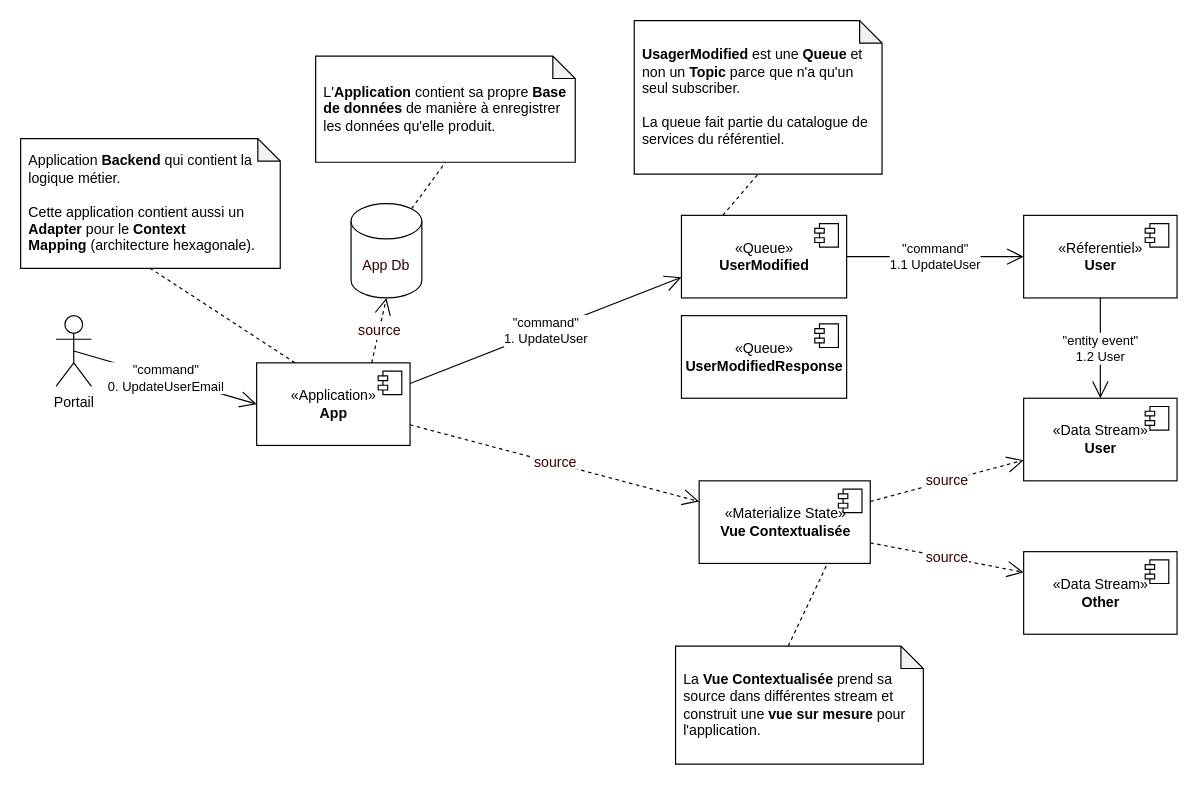
Earlier version of the draw.io diagram page "produce-and-consume-data" (3 of 9) of drafts/data-liberation.drawio (diplomegalo/event-driven). Source tidied: cells renumbered, new cells numbered last; positions are measured from the earlier drawing's top-left corner, leaving out a move shared by most shapes. Both pictures are drawn from the tidied source at 118%, with x=0, y=0 at pixel (20, 20).
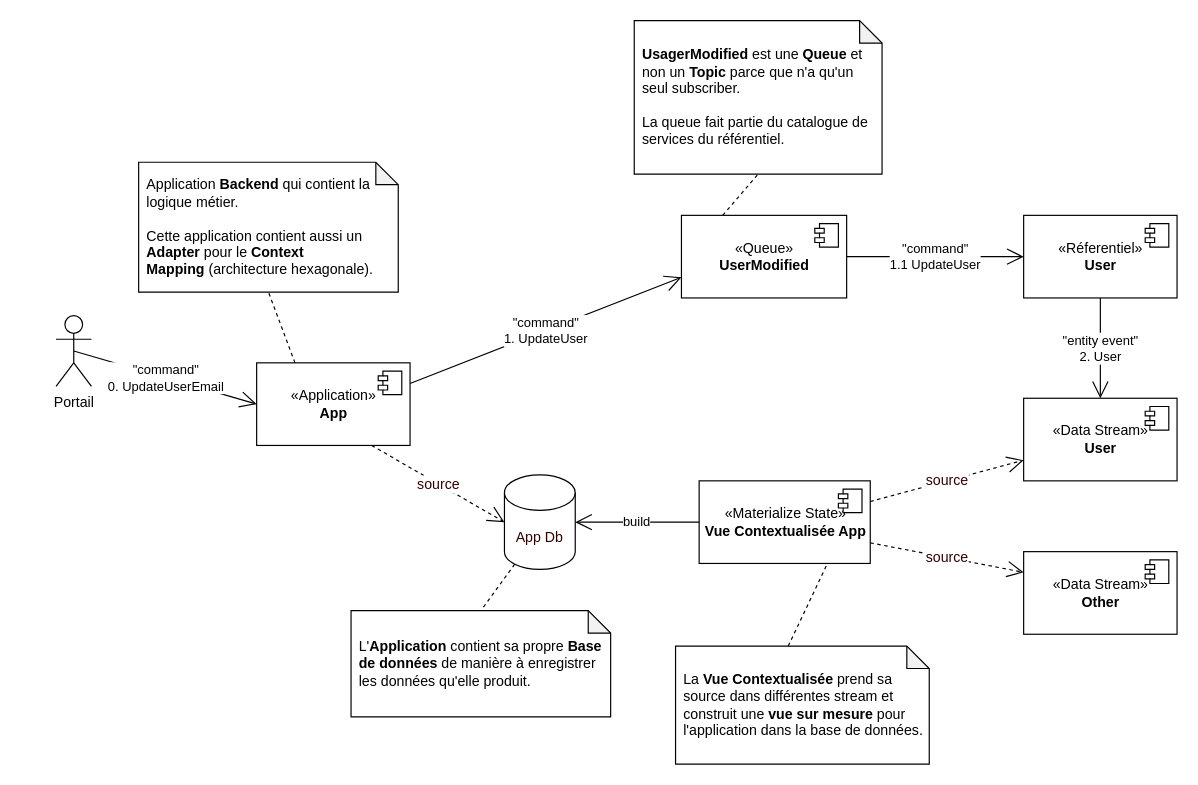
Above is the later version.

Commit message (it also covers changes not shown here):
data stream

Unchanged cells that the change refers to:
```xml
<mxCell id="2" value="«Application»&lt;br&gt;&lt;b&gt;App&lt;/b&gt;" style="html=1;" parent="1" vertex="1">
  <mxGeometry x="200" y="290" width="130" height="70" as="geometry" />
</mxCell>
<mxCell id="13" value="«Réferentiel»&lt;br&gt;&lt;b&gt;User&lt;/b&gt;" style="html=1;" parent="1" vertex="1">
  <mxGeometry x="850" y="165" width="130" height="70" as="geometry" />
</mxCell>
<mxCell id="16" value="«Data Stream»&lt;br&gt;&lt;b&gt;User&lt;/b&gt;" style="html=1;" parent="1" vertex="1">
  <mxGeometry x="850" y="320" width="130" height="70" as="geometry" />
</mxCell>
```

Change to the diagram source:
```diff
@@
     <mxCell id="6" value="Application &lt;b&gt;Backend&lt;/b&gt; qui contient la logique métier. &lt;br&gt;&lt;br&gt;Cette application contient aussi un &lt;b&gt;Adapter&lt;/b&gt; pour le &lt;b&gt;Context Mapping&lt;/b&gt;&amp;nbsp;(architecture hexagonale)." style="shape=note;whiteSpace=wrap;html=1;backgroundOutline=1;darkOpacity=0.05;size=19;align=left;spacingLeft=5;spacingRight=0;" parent="1" vertex="1">
-      <mxGeometry y="100" width="220" height="110" as="geometry" />
+      <mxGeometry x="100" y="120" width="220" height="110" as="geometry" />
     </mxCell>
@@
-    <mxCell id="18" value="&quot;entity event&quot;&lt;br&gt;1.2 User" style="endArrow=open;endFill=1;endSize=12;html=1;exitX=0.5;exitY=1;exitDx=0;exitDy=0;entryX=0.5;entryY=0;entryDx=0;entryDy=0;" parent="1" edge="1" source="13" target="16">
+    <mxCell id="18" value="&quot;entity event&quot;&lt;br&gt;2. User" style="endArrow=open;endFill=1;endSize=12;html=1;exitX=0.5;exitY=1;exitDx=0;exitDy=0;entryX=0.5;entryY=0;entryDx=0;entryDy=0;" parent="1" edge="1" source="13" target="16">
       <mxGeometry relative="1" as="geometry" />
     </mxCell>
-    <mxCell id="19" value="«Materialize State»&lt;br&gt;&lt;b&gt;Vue Contextualisée&lt;/b&gt;" style="html=1;" parent="1" vertex="1">
+    <mxCell id="19" value="«Materialize State»&lt;br&gt;&lt;b&gt;Vue Contextualisée App&lt;/b&gt;" style="html=1;" parent="1" vertex="1">
       <mxGeometry x="575" y="390" width="145" height="70" as="geometry" />
     </mxCell>
@@
-    <mxCell id="25" value="source" style="endArrow=open;endSize=12;dashed=1;html=1;fontSize=12;fontColor=#330000;entryX=0;entryY=0.25;entryDx=0;entryDy=0;exitX=1;exitY=0.75;exitDx=0;exitDy=0;" parent="1" edge="1" source="2" target="19">
-      <mxGeometry relative="1" as="geometry" />
-    </mxCell>
-    <mxCell id="26" value="La&lt;b&gt; Vue Contextualisée&lt;/b&gt;&amp;nbsp;prend sa source dans différentes stream et construit une &lt;b&gt;vue sur mesure&lt;/b&gt;&amp;nbsp;pour l'application." style="shape=note;whiteSpace=wrap;html=1;backgroundOutline=1;darkOpacity=0.05;size=19;align=left;spacingLeft=5;spacingRight=0;" parent="1" vertex="1">
-      <mxGeometry x="555" y="530" width="210" height="100" as="geometry" />
+    <mxCell id="26" value="La&lt;b&gt; Vue Contextualisée&lt;/b&gt;&amp;nbsp;prend sa source dans différentes stream et construit une &lt;b&gt;vue sur mesure&lt;/b&gt;&amp;nbsp;pour l'application dans la base de données." style="shape=note;whiteSpace=wrap;html=1;backgroundOutline=1;darkOpacity=0.05;size=19;align=left;spacingLeft=5;spacingRight=0;" parent="1" vertex="1">
+      <mxGeometry x="555" y="530" width="215" height="100" as="geometry" />
     </mxCell>
@@
     <mxCell id="28" value="App Db" style="shape=cylinder3;whiteSpace=wrap;html=1;boundedLbl=1;backgroundOutline=1;size=15;fontSize=12;fontColor=#330000;align=center;" parent="1" vertex="1">
-      <mxGeometry x="280" y="155" width="60" height="80" as="geometry" />
+      <mxGeometry x="410" y="385" width="60" height="80" as="geometry" />
     </mxCell>
-    <mxCell id="29" value="source" style="endArrow=open;endSize=12;dashed=1;html=1;fontSize=12;fontColor=#330000;exitX=0.75;exitY=0;exitDx=0;exitDy=0;entryX=0.5;entryY=1;entryDx=0;entryDy=0;entryPerimeter=0;" parent="1" edge="1" source="2" target="28">
+    <mxCell id="29" value="source" style="endArrow=open;endSize=12;dashed=1;html=1;fontSize=12;fontColor=#330000;exitX=0.75;exitY=1;exitDx=0;exitDy=0;entryX=0;entryY=0.5;entryDx=0;entryDy=0;entryPerimeter=0;" parent="1" edge="1" source="2" target="28">
       <mxGeometry relative="1" as="geometry" />
     </mxCell>
     <mxCell id="30" value="L'&lt;b&gt;Application&lt;/b&gt;&amp;nbsp;contient sa propre &lt;b&gt;Base de données&lt;/b&gt;&amp;nbsp;de manière à enregistrer les données qu'elle produit." style="shape=note;whiteSpace=wrap;html=1;backgroundOutline=1;darkOpacity=0.05;size=19;align=left;spacingLeft=5;spacingRight=0;" parent="1" vertex="1">
-      <mxGeometry x="250" y="30" width="220" height="90" as="geometry" />
+      <mxGeometry x="280" y="500" width="220" height="90" as="geometry" />
     </mxCell>
-    <mxCell id="31" style="endArrow=none;dashed=1;html=1;exitX=0.855;exitY=0;exitDx=0;exitDy=4.35;entryX=0.5;entryY=1;entryDx=0;entryDy=0;entryPerimeter=0;exitPerimeter=0;" parent="1" edge="1" source="28" target="30">
+    <mxCell id="31" style="endArrow=none;dashed=1;html=1;exitX=0.145;exitY=1;exitDx=0;exitDy=-4.35;entryX=0.5;entryY=0;entryDx=0;entryDy=0;entryPerimeter=0;exitPerimeter=0;" parent="1" edge="1" source="28" target="30">
       <mxGeometry relative="1" as="geometry" />
     </mxCell>
-    <mxCell id="32" value="«Queue»&lt;br&gt;&lt;b&gt;UserModifiedResponse&lt;/b&gt;" style="html=1;" parent="1" vertex="1">
-      <mxGeometry x="560" y="250" width="140" height="70" as="geometry" />
-    </mxCell>
-    <mxCell id="33" style="shape=module;jettyWidth=8;jettyHeight=4;" parent="32" vertex="1">
-      <mxGeometry x="1" width="20" height="20" relative="1" as="geometry">
-        <mxPoint x="-27" y="7" as="offset" />
-      </mxGeometry>
-    </mxCell>
+    <mxCell id="34" value="build" style="endArrow=open;endFill=1;endSize=12;html=1;exitX=0;exitY=0.5;exitDx=0;exitDy=0;entryX=1;entryY=0.5;entryDx=0;entryDy=0;entryPerimeter=0;" parent="1" edge="1" source="19" target="28">
+      <mxGeometry relative="1" as="geometry" />
+    </mxCell>
```
